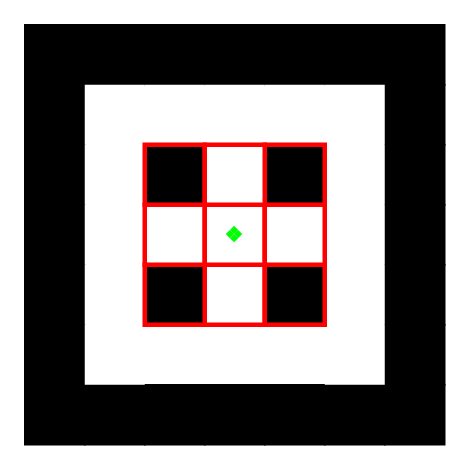
The draw.io diagram page "TrafficLight_Field_Of_View" (4 of 8) of diagrams/traffic_simulation.drawio in F-Madruga/Traffic-Simulation, before the edit. Source tidied: cells renumbered, new cells numbered last; positions are measured from the earlier drawing's top-left corner, leaving out a move shared by most shapes. Both pictures are drawn from the tidied source at 150%, with x=0, y=0 at pixel (24, 24).
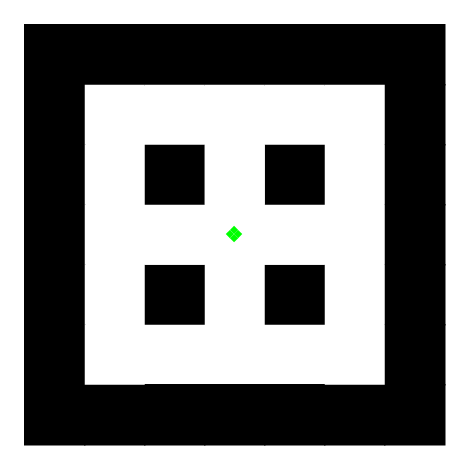
Above is the later version.

The change refers to these unchanged cells:
```xml
<mxCell id="2" style="group;" parent="1" vertex="1">
  <mxGeometry width="280" height="280" as="geometry" />
</mxCell>
```

Diff of the diagram source:
```diff
@@
-    <mxCell id="6" style="whiteSpace=wrap;html=1;fontSize=20;fillColor=#FFFFFF;strokeColor=#FF0000;strokeWidth=3;" parent="2" vertex="1">
+    <mxCell id="6" style="whiteSpace=wrap;html=1;fontSize=20;fillColor=#FFFFFF;strokeWidth=3;strokeColor=none;" parent="2" vertex="1">
       <mxGeometry x="120" y="160" width="40" height="40" as="geometry" />
     </mxCell>
@@
-    <mxCell id="44" style="whiteSpace=wrap;html=1;fontSize=20;fillColor=#000000;strokeColor=#FF0000;strokeWidth=3;" parent="2" vertex="1">
+    <mxCell id="44" style="whiteSpace=wrap;html=1;fontSize=20;fillColor=#000000;strokeWidth=3;strokeColor=none;" parent="2" vertex="1">
       <mxGeometry x="160" y="160" width="40" height="40" as="geometry" />
     </mxCell>
-    <mxCell id="45" style="whiteSpace=wrap;html=1;fontSize=20;fillColor=#000000;strokeColor=#FF0000;strokeWidth=3;" parent="2" vertex="1">
+    <mxCell id="45" style="whiteSpace=wrap;html=1;fontSize=20;fillColor=#000000;strokeWidth=3;strokeColor=none;" parent="2" vertex="1">
       <mxGeometry x="80" y="160" width="40" height="40" as="geometry" />
     </mxCell>
-    <mxCell id="46" style="whiteSpace=wrap;html=1;fontSize=20;fillColor=#FFFFFF;strokeColor=#FF0000;strokeWidth=3;" parent="2" vertex="1">
+    <mxCell id="46" style="whiteSpace=wrap;html=1;fontSize=20;fillColor=#FFFFFF;strokeWidth=3;strokeColor=none;" parent="2" vertex="1">
       <mxGeometry x="80" y="120" width="40" height="40" as="geometry" />
     </mxCell>
-    <mxCell id="47" style="whiteSpace=wrap;html=1;fontSize=20;fillColor=#FFFFFF;strokeColor=#FF0000;strokeWidth=3;" parent="2" vertex="1">
+    <mxCell id="47" style="whiteSpace=wrap;html=1;fontSize=20;fillColor=#FFFFFF;strokeWidth=3;strokeColor=none;" parent="2" vertex="1">
       <mxGeometry x="120" y="120" width="40" height="40" as="geometry" />
     </mxCell>
-    <mxCell id="48" style="whiteSpace=wrap;html=1;fontSize=20;fillColor=#FFFFFF;strokeColor=#FF0000;strokeWidth=3;" parent="2" vertex="1">
+    <mxCell id="48" style="whiteSpace=wrap;html=1;fontSize=20;fillColor=#FFFFFF;strokeWidth=3;strokeColor=none;" parent="2" vertex="1">
       <mxGeometry x="160" y="120" width="40" height="40" as="geometry" />
     </mxCell>
-    <mxCell id="49" style="whiteSpace=wrap;html=1;fontSize=20;fillColor=#000000;strokeColor=#FF0000;strokeWidth=3;" parent="2" vertex="1">
+    <mxCell id="49" style="whiteSpace=wrap;html=1;fontSize=20;fillColor=#000000;strokeWidth=3;strokeColor=none;" parent="2" vertex="1">
       <mxGeometry x="80" y="80" width="40" height="40" as="geometry" />
     </mxCell>
-    <mxCell id="50" style="whiteSpace=wrap;html=1;fontSize=20;fillColor=#000000;strokeColor=#FF0000;strokeWidth=3;" parent="2" vertex="1">
+    <mxCell id="50" style="whiteSpace=wrap;html=1;fontSize=20;fillColor=#000000;strokeWidth=3;strokeColor=none;" parent="2" vertex="1">
       <mxGeometry x="160" y="80" width="40" height="40" as="geometry" />
     </mxCell>
-    <mxCell id="51" style="whiteSpace=wrap;html=1;fontSize=20;fillColor=#FFFFFF;strokeColor=#FF0000;strokeWidth=3;" parent="2" vertex="1">
+    <mxCell id="51" style="whiteSpace=wrap;html=1;fontSize=20;fillColor=#FFFFFF;strokeWidth=3;strokeColor=none;" parent="2" vertex="1">
       <mxGeometry x="120" y="80" width="40" height="40" as="geometry" />
     </mxCell>
```
